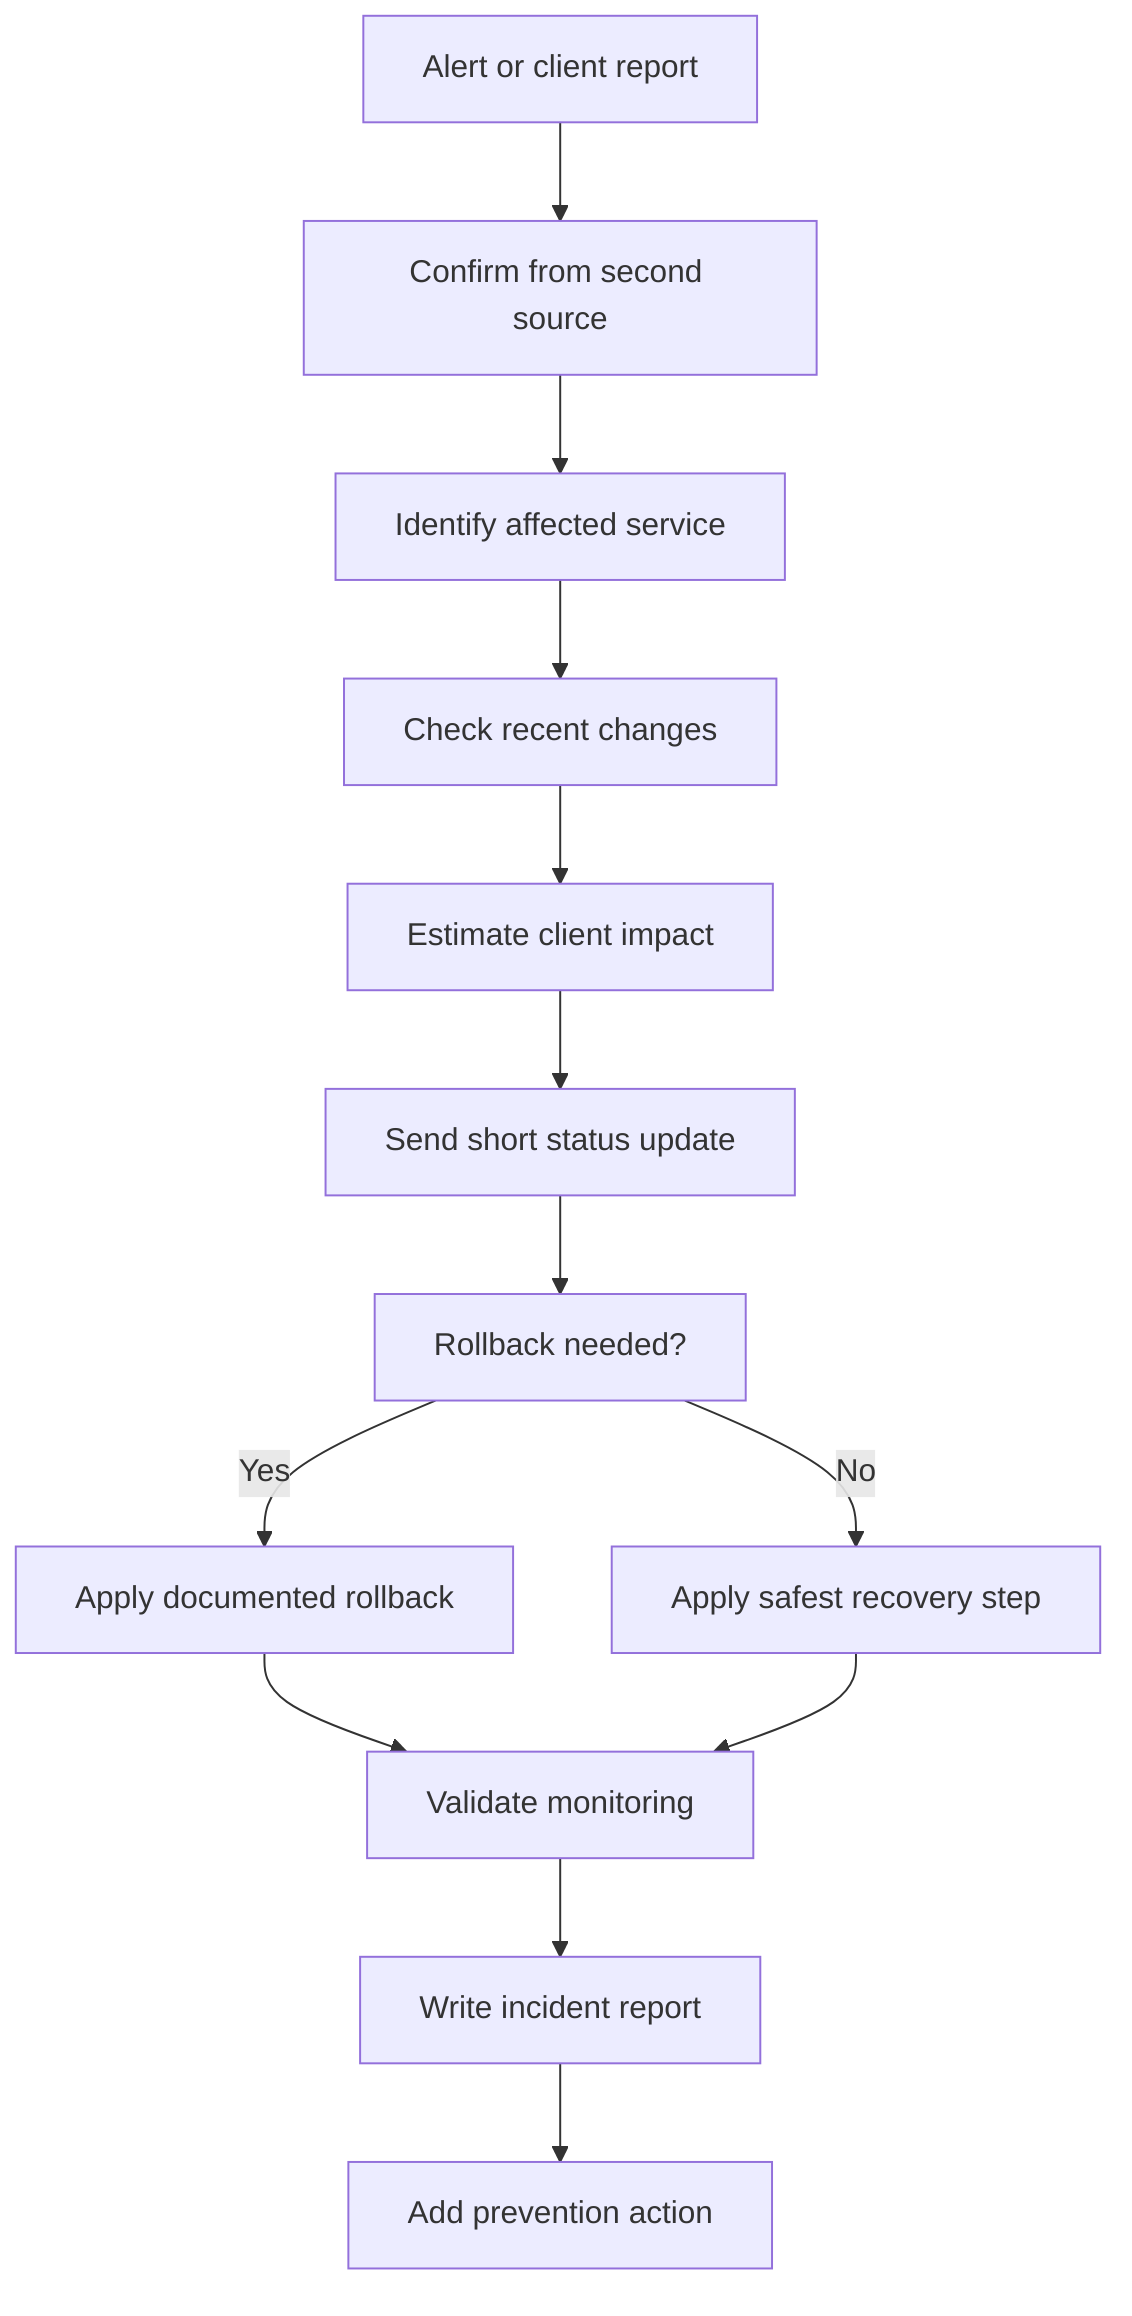
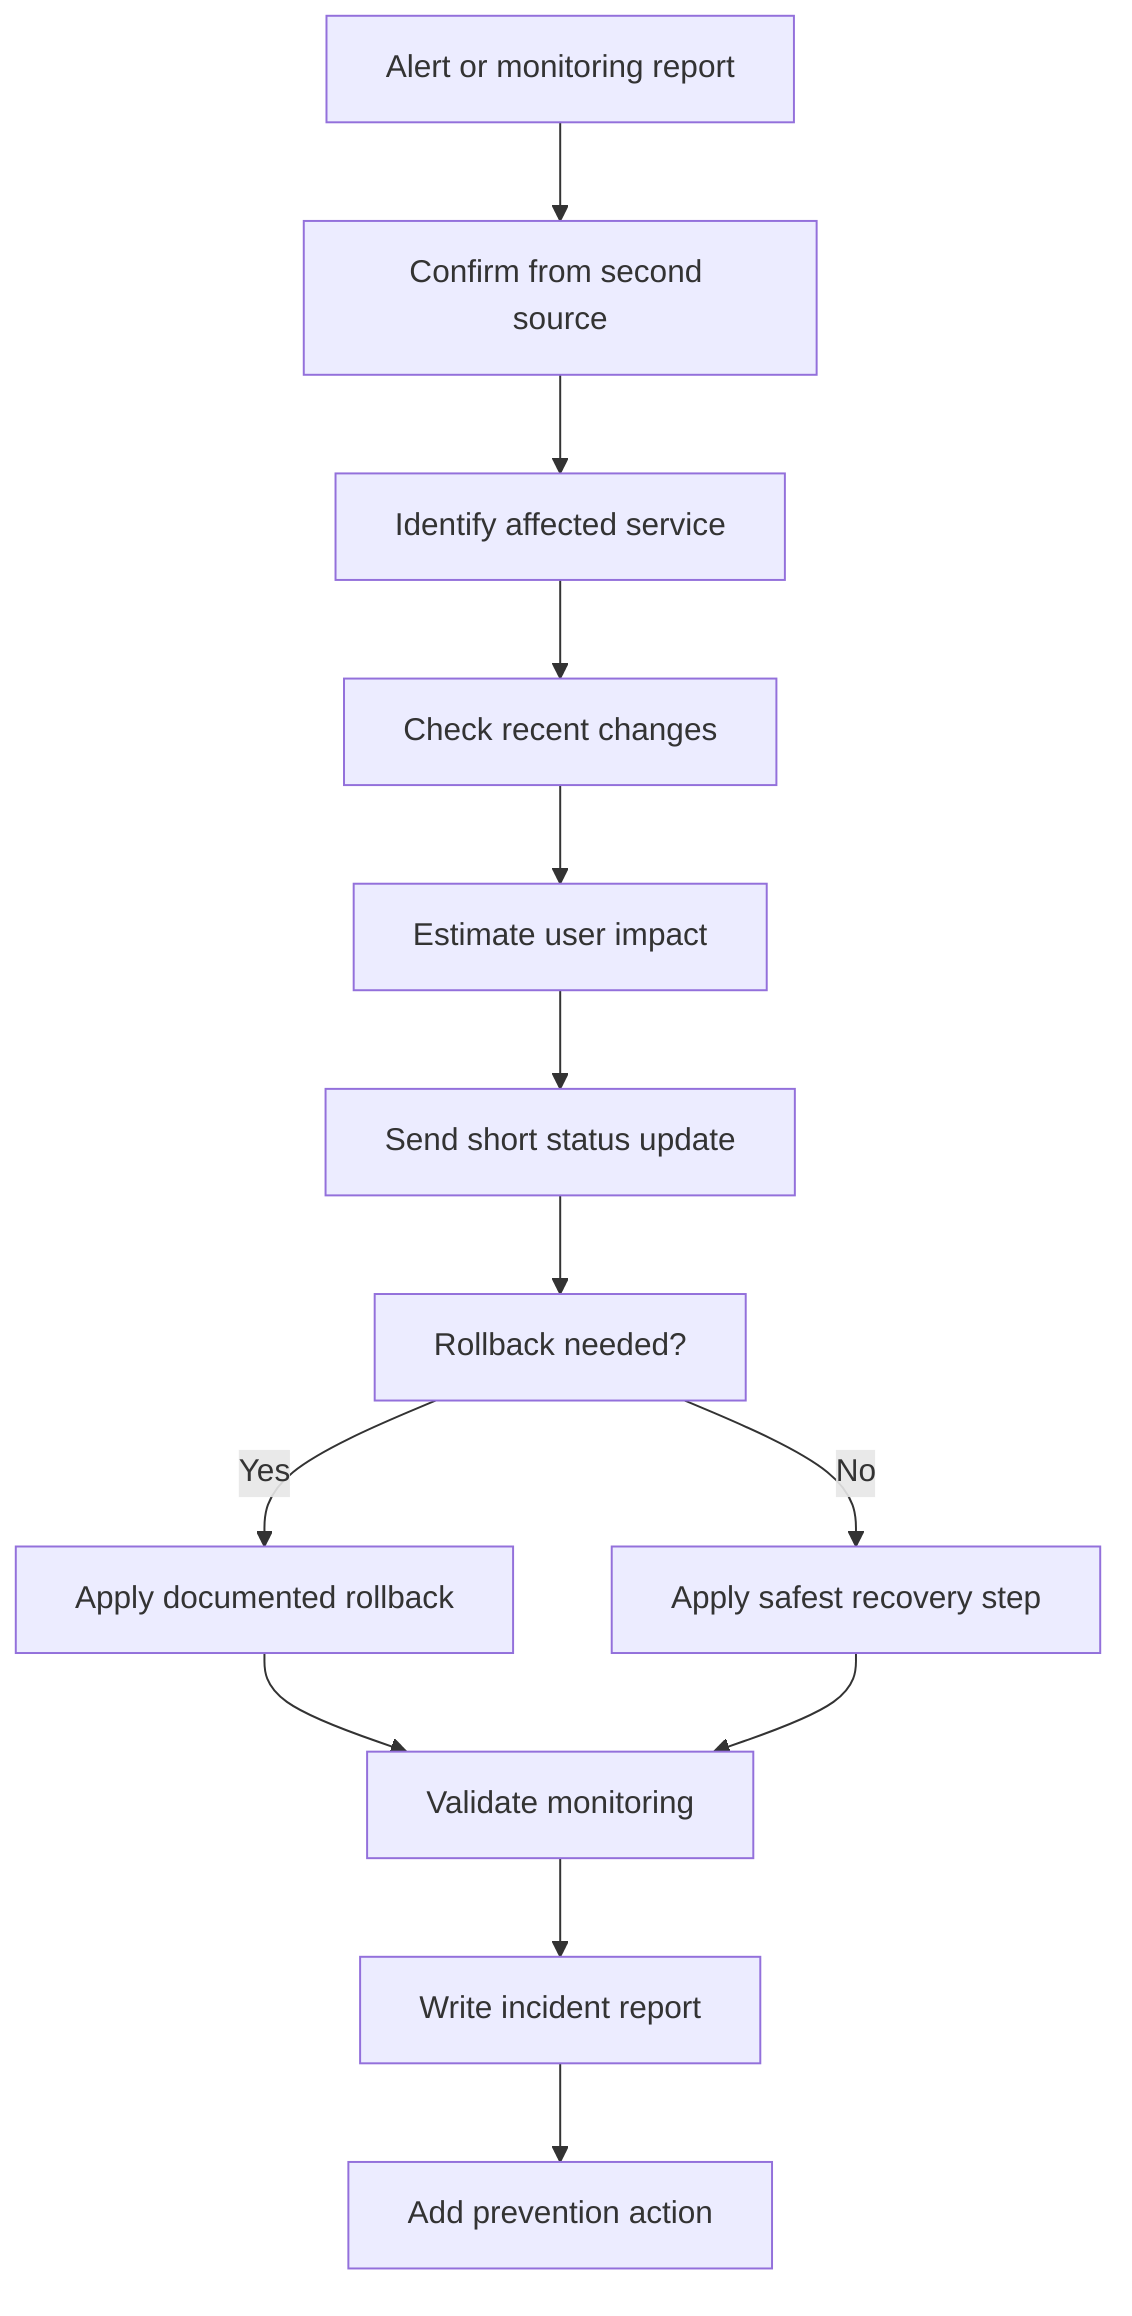
flowchart TD
-     Alert["Alert or client report"] --> Confirm["Confirm from second source"]
+     Alert["Alert or monitoring report"] --> Confirm["Confirm from second source"]
    Confirm --> Scope["Identify affected service"]
    Scope --> Change["Check recent changes"]
-     Change --> Impact["Estimate client impact"]
+     Change --> Impact["Estimate user impact"]
    Impact --> Communicate["Send short status update"]
    Communicate --> Decide["Rollback needed?"]
    Decide -->|Yes| Rollback["Apply documented rollback"]
    Decide -->|No| Fix["Apply safest recovery step"]
    Rollback --> Validate["Validate monitoring"]
    Fix --> Validate
    Validate --> Report["Write incident report"]
    Report --> Prevent["Add prevention action"]
